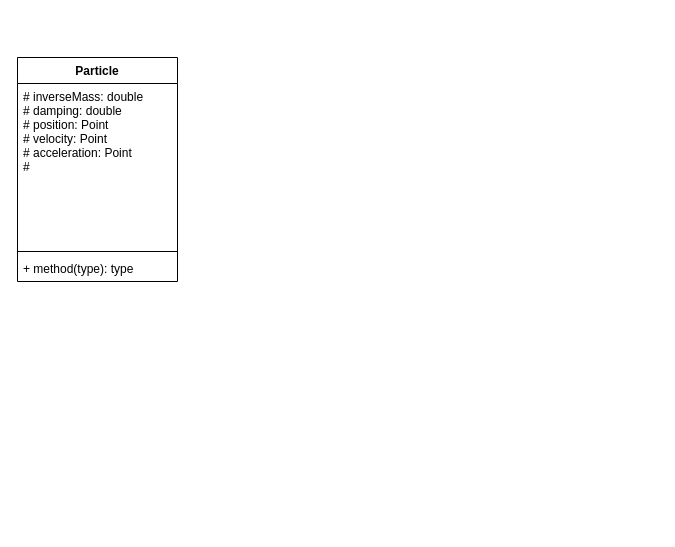
Earlier version of the draw.io diagram Untitled Diagram.drawio (ahmadqasembader/physics-engine). Source tidied: cells renumbered, new cells numbered last; positions are measured from the earlier drawing's top-left corner, leaving out a move shared by most shapes. Both pictures are drawn from the tidied source at 100%, with x=0, y=0 at pixel (17, 57).
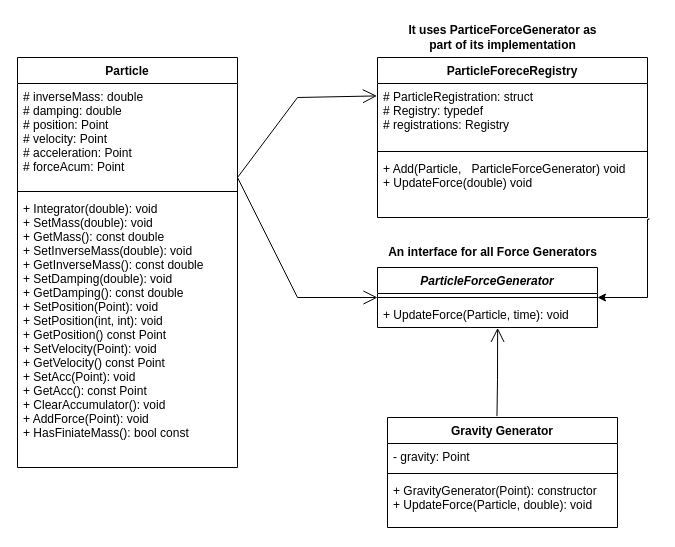
The same diagram, later.

The edit, as a diff of the source:
```diff
@@
     <mxCell id="2" value="Particle" style="swimlane;fontStyle=1;align=center;verticalAlign=top;horizontal=1;startSize=26;" parent="1" vertex="1">
-      <mxGeometry width="160" height="224" as="geometry" />
+      <mxGeometry width="220" height="410" as="geometry" />
     </mxCell>
-    <mxCell id="3" value="# inverseMass: double&#10;# damping: double&#10;# position: Point&#10;# velocity: Point&#10;# acceleration: Point&#10;# " style="text;strokeColor=none;fillColor=none;align=left;verticalAlign=top;spacingLeft=4;spacingRight=4;overflow=hidden;" parent="2" vertex="1">
-      <mxGeometry y="26" width="160" height="164" as="geometry" />
+    <mxCell id="3" value="# inverseMass: double&#10;# damping: double&#10;# position: Point&#10;# velocity: Point&#10;# acceleration: Point&#10;# forceAcum: Point" style="text;strokeColor=none;fillColor=none;align=left;verticalAlign=top;spacingLeft=4;spacingRight=4;overflow=hidden;" parent="2" vertex="1">
+      <mxGeometry y="26" width="220" height="104" as="geometry" />
     </mxCell>
     <mxCell id="4" style="line;strokeWidth=1;fillColor=none;align=left;verticalAlign=middle;spacingTop=-1;spacingLeft=3;spacingRight=3;labelPosition=right;strokeColor=inherit;" parent="2" vertex="1">
-      <mxGeometry y="190" width="160" height="8" as="geometry" />
+      <mxGeometry y="130" width="220" height="8" as="geometry" />
     </mxCell>
-    <mxCell id="5" value="+ method(type): type" style="text;strokeColor=none;fillColor=none;align=left;verticalAlign=top;spacingLeft=4;spacingRight=4;overflow=hidden;" parent="2" vertex="1">
-      <mxGeometry y="198" width="160" height="26" as="geometry" />
+    <mxCell id="5" value="+ Integrator(double): void&#10;+ SetMass(double): void&#10;+ GetMass(): const double&#10;+ SetInverseMass(double): void&#10;+ GetInverseMass(): const double&#10;+ SetDamping(double): void&#10;+ GetDamping(): const double&#10;+ SetPosition(Point): void&#10;+ SetPosition(int, int): void&#10;+ GetPosition() const Point&#10;+ SetVelocity(Point): void&#10;+ GetVelocity() const Point&#10;+ SetAcc(Point): void&#10;+ GetAcc(): const Point&#10;+ ClearAccumulator(): void&#10;+ AddForce(Point): void&#10;+ HasFiniateMass(): bool const" style="text;strokeColor=none;fillColor=none;align=left;verticalAlign=top;spacingLeft=4;spacingRight=4;overflow=hidden;" parent="2" vertex="1">
+      <mxGeometry y="138" width="220" height="272" as="geometry" />
     </mxCell>
+    <mxCell id="6" value="ParticleForceGenerator" style="swimlane;fontStyle=3;align=center;verticalAlign=top;horizontal=1;startSize=26;" parent="1" vertex="1">
+      <mxGeometry x="360" y="210" width="220" height="60" as="geometry" />
+    </mxCell>
+    <mxCell id="7" style="line;strokeWidth=1;fillColor=none;align=left;verticalAlign=middle;spacingTop=-1;spacingLeft=3;spacingRight=3;labelPosition=right;strokeColor=inherit;" parent="6" vertex="1">
+      <mxGeometry y="26" width="220" height="8" as="geometry" />
+    </mxCell>
+    <mxCell id="8" value="+ UpdateForce(Particle, time): void" style="text;strokeColor=none;fillColor=none;align=left;verticalAlign=top;spacingLeft=4;spacingRight=4;overflow=hidden;points=[[0,0.5],[1,0.5]];portConstraint=eastwest;" parent="6" vertex="1">
+      <mxGeometry y="34" width="220" height="26" as="geometry" />
+    </mxCell>
+    <mxCell id="9" style="endArrow=open;endFill=1;endSize=12;html=1;rounded=0;entryX=0;entryY=0.5;entryDx=0;entryDy=0;" parent="1" edge="1" target="6">
+      <mxGeometry relative="1" as="geometry">
+        <mxPoint x="220" y="120" as="sourcePoint" />
+        <Array as="points">
+          <mxPoint x="280" y="240" />
+        </Array>
+      </mxGeometry>
+    </mxCell>
+    <mxCell id="10" style="edgeStyle=orthogonalEdgeStyle;rounded=0;jettySize=auto;html=1;entryX=1;entryY=0.5;entryDx=0;entryDy=0;exitX=1.005;exitY=1.013;exitDx=0;exitDy=0;exitPerimeter=0;" parent="1" edge="1" source="14" target="6">
+      <mxGeometry relative="1" as="geometry">
+        <Array as="points">
+          <mxPoint x="631" y="162" />
+          <mxPoint x="630" y="162" />
+          <mxPoint x="630" y="240" />
+        </Array>
+      </mxGeometry>
+    </mxCell>
+    <mxCell id="11" value="ParticleForeceRegistry" style="swimlane;fontStyle=1;align=center;verticalAlign=top;horizontal=1;startSize=26;" parent="1" vertex="1">
+      <mxGeometry x="360" width="270" height="160" as="geometry" />
+    </mxCell>
+    <mxCell id="12" value="# ParticleRegistration: struct&#10;# Registry: typedef&#10;# registrations: Registry" style="text;strokeColor=none;fillColor=none;align=left;verticalAlign=top;spacingLeft=4;spacingRight=4;overflow=hidden;points=[[0,0.5],[1,0.5]];portConstraint=eastwest;" parent="11" vertex="1">
+      <mxGeometry y="26" width="270" height="64" as="geometry" />
+    </mxCell>
+    <mxCell id="13" style="line;strokeWidth=1;fillColor=none;align=left;verticalAlign=middle;spacingTop=-1;spacingLeft=3;spacingRight=3;labelPosition=right;strokeColor=inherit;" parent="11" vertex="1">
+      <mxGeometry y="90" width="270" height="8" as="geometry" />
+    </mxCell>
+    <mxCell id="14" value="+ Add(Particle,   ParticleForceGenerator) void&#10;+ UpdateForce(double) void&#10;" style="text;strokeColor=none;fillColor=none;align=left;verticalAlign=top;spacingLeft=4;spacingRight=4;overflow=hidden;points=[[0,0.5],[1,0.5]];portConstraint=eastwest;" parent="11" vertex="1">
+      <mxGeometry y="98" width="270" height="62" as="geometry" />
+    </mxCell>
+    <mxCell id="15" style="endArrow=open;endFill=1;endSize=12;html=1;rounded=0;entryX=-0.002;entryY=0.194;entryDx=0;entryDy=0;entryPerimeter=0;" parent="1" edge="1" target="12">
+      <mxGeometry relative="1" as="geometry">
+        <mxPoint x="220" y="120" as="sourcePoint" />
+        <Array as="points">
+          <mxPoint x="280" y="40" />
+        </Array>
+      </mxGeometry>
+    </mxCell>
+    <mxCell id="16" value="&lt;b&gt;It uses ParticeForceGenerator as &lt;br&gt;part of its implementation&lt;/b&gt;" style="text;html=1;align=center;verticalAlign=middle;strokeColor=none;fillColor=none;" parent="1" vertex="1">
+      <mxGeometry x="380" y="-40" width="210" height="40" as="geometry" />
+    </mxCell>
+    <mxCell id="17" value="&lt;b&gt;An interface for all Force Generators&lt;/b&gt;" style="text;html=1;align=center;verticalAlign=middle;strokeColor=none;fillColor=none;" parent="1" vertex="1">
+      <mxGeometry x="360" y="180" width="230" height="30" as="geometry" />
+    </mxCell>
+    <mxCell id="18" value="Gravity Generator" style="swimlane;fontStyle=1;align=center;verticalAlign=top;horizontal=1;startSize=26;" parent="1" vertex="1">
+      <mxGeometry x="370" y="360" width="230" height="110" as="geometry" />
+    </mxCell>
+    <mxCell id="19" value="- gravity: Point" style="text;strokeColor=none;fillColor=none;align=left;verticalAlign=top;spacingLeft=4;spacingRight=4;overflow=hidden;" parent="18" vertex="1">
+      <mxGeometry y="26" width="230" height="26" as="geometry" />
+    </mxCell>
+    <mxCell id="20" style="line;strokeWidth=1;fillColor=none;align=left;verticalAlign=middle;spacingTop=-1;spacingLeft=3;spacingRight=3;labelPosition=right;strokeColor=inherit;" parent="18" vertex="1">
+      <mxGeometry y="52" width="230" height="8" as="geometry" />
+    </mxCell>
+    <mxCell id="21" value="+ GravityGenerator(Point): constructor&#10;+ UpdateForce(Particle, double): void" style="text;strokeColor=none;fillColor=none;align=left;verticalAlign=top;spacingLeft=4;spacingRight=4;overflow=hidden;" parent="18" vertex="1">
+      <mxGeometry y="60" width="230" height="50" as="geometry" />
+    </mxCell>
+    <mxCell id="22" style="endArrow=open;endFill=1;endSize=12;html=1;rounded=0;entryX=0.546;entryY=1.015;entryDx=0;entryDy=0;entryPerimeter=0;exitX=0.476;exitY=-0.012;exitDx=0;exitDy=0;exitPerimeter=0;" parent="1" edge="1" source="18" target="8">
+      <mxGeometry relative="1" as="geometry">
+        <Array as="points">
+          <mxPoint x="480" y="322" />
+        </Array>
+      </mxGeometry>
+    </mxCell>
```
